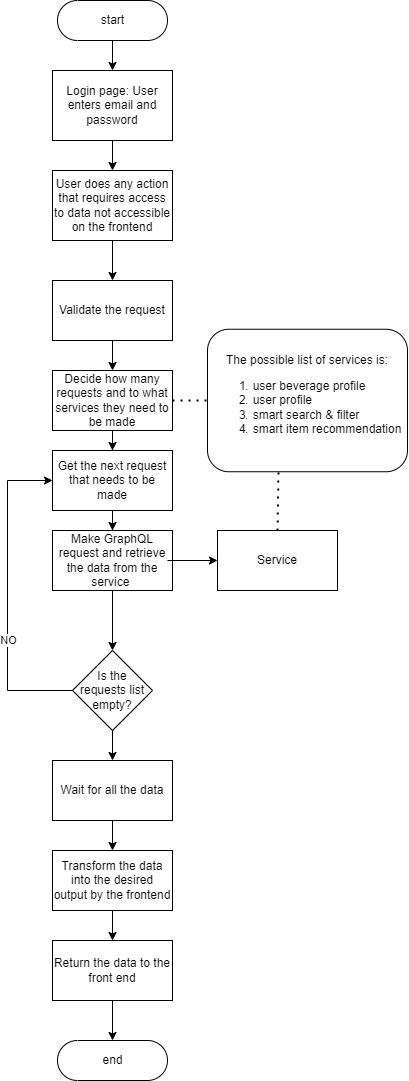
Before: diagrams/task/task_api_gateway.png, a diagram exported from draw.io (Elaech/Wade-BeM). Source tidied: cells renumbered, new cells last; positions are measured from the earlier drawing's top-left corner, leaving out a move shared by most shapes. Its diagram source:
```xml
<mxGraphModel>
  <root>
    <mxCell id="0" />
    <mxCell id="1" parent="0" />
    <mxCell id="2" style="edgeStyle=orthogonalEdgeStyle;rounded=0;jettySize=auto;html=1;entryX=0.5;entryY=0;entryDx=0;entryDy=0;" parent="1" edge="1" source="3" target="7">
      <mxGeometry relative="1" as="geometry" />
    </mxCell>
    <mxCell id="3" value="start" style="html=1;dashed=0;whitespace=wrap;shape=mxgraph.dfd.start;" parent="1" vertex="1">
      <mxGeometry x="50" width="110" height="40" as="geometry" />
    </mxCell>
    <mxCell id="4" style="edgeStyle=orthogonalEdgeStyle;rounded=0;jettySize=auto;html=1;" parent="1" edge="1" source="5" target="8">
      <mxGeometry relative="1" as="geometry" />
    </mxCell>
    <mxCell id="5" value="User does any action that requires access to data not accessible on the frontend" style="rounded=0;whiteSpace=wrap;html=1;" parent="1" vertex="1">
      <mxGeometry x="45" y="170" width="120" height="70" as="geometry" />
    </mxCell>
    <mxCell id="6" style="edgeStyle=orthogonalEdgeStyle;rounded=0;jettySize=auto;html=1;entryX=0.5;entryY=0;entryDx=0;entryDy=0;" parent="1" edge="1" source="7" target="5">
      <mxGeometry relative="1" as="geometry" />
    </mxCell>
    <mxCell id="7" value="Login page: User enters email and password" style="rounded=0;whiteSpace=wrap;html=1;" parent="1" vertex="1">
      <mxGeometry x="45" y="70" width="120" height="70" as="geometry" />
    </mxCell>
    <mxCell id="8" value="Validate the request" style="rounded=0;whiteSpace=wrap;html=1;" parent="1" vertex="1">
      <mxGeometry x="45" y="280" width="120" height="60" as="geometry" />
    </mxCell>
    <mxCell id="9" style="edgeStyle=orthogonalEdgeStyle;rounded=0;jettySize=auto;html=1;entryX=0.5;entryY=0;entryDx=0;entryDy=0;" parent="1" edge="1" source="10" target="13">
      <mxGeometry relative="1" as="geometry" />
    </mxCell>
    <mxCell id="10" value="Decide how many requests and to what services they&amp;nbsp;need to be made" style="rounded=0;whiteSpace=wrap;html=1;" parent="1" vertex="1">
      <mxGeometry x="45" y="370" width="120" height="60" as="geometry" />
    </mxCell>
    <mxCell id="11" style="endArrow=classic;html=1;rounded=0;exitX=0.5;exitY=1;exitDx=0;exitDy=0;entryX=0.5;entryY=0;entryDx=0;entryDy=0;" parent="1" edge="1" source="8" target="10">
      <mxGeometry relative="1" as="geometry" />
    </mxCell>
    <mxCell id="12" style="edgeStyle=orthogonalEdgeStyle;rounded=0;jettySize=auto;html=1;entryX=0.5;entryY=0;entryDx=0;entryDy=0;" parent="1" edge="1" source="13" target="17">
      <mxGeometry relative="1" as="geometry" />
    </mxCell>
    <mxCell id="13" value="Get the next request that needs to be made" style="rounded=0;whiteSpace=wrap;html=1;" parent="1" vertex="1">
      <mxGeometry x="45" y="450" width="120" height="60" as="geometry" />
    </mxCell>
    <mxCell id="14" value="Is the requests list empty?" style="rhombus;whiteSpace=wrap;html=1;" parent="1" vertex="1">
      <mxGeometry x="65" y="650" width="80" height="80" as="geometry" />
    </mxCell>
    <mxCell id="15" style="endArrow=classic;html=1;rounded=0;exitX=0;exitY=0.5;exitDx=0;exitDy=0;entryX=0;entryY=0.5;entryDx=0;entryDy=0;" parent="1" edge="1" source="14" target="13">
      <mxGeometry relative="1" as="geometry">
        <Array as="points">
          <mxPoint y="690" />
          <mxPoint y="480" />
        </Array>
      </mxGeometry>
    </mxCell>
    <mxCell id="16" value="NO" style="edgeLabel;html=1;align=center;verticalAlign=middle;" parent="15" vertex="1">
      <mxGeometry x="-0.28" relative="1" as="geometry" />
    </mxCell>
    <mxCell id="17" value="Make GraphQL request and retrieve the data from the service&amp;nbsp;" style="rounded=0;whiteSpace=wrap;html=1;" parent="1" vertex="1">
      <mxGeometry x="45" y="530" width="120" height="60" as="geometry" />
    </mxCell>
    <mxCell id="18" style="endArrow=classic;html=1;rounded=0;exitX=0.958;exitY=0.5;exitDx=0;exitDy=0;entryX=0;entryY=0.5;entryDx=0;entryDy=0;exitPerimeter=0;" parent="1" edge="1" source="17" target="19">
      <mxGeometry relative="1" as="geometry" />
    </mxCell>
    <mxCell id="19" value="&#10;&#10;&lt;span style=&quot;color: rgb(0, 0, 0); font-family: helvetica; font-size: 12px; font-style: normal; font-weight: 400; letter-spacing: normal; text-align: center; text-indent: 0px; text-transform: none; word-spacing: 0px; background-color: rgb(248, 249, 250); display: inline; float: none;&quot;&gt;Service&lt;/span&gt;&#10;&#10;" style="rounded=0;whiteSpace=wrap;html=1;" parent="1" vertex="1">
      <mxGeometry x="210" y="530" width="120" height="60" as="geometry" />
    </mxCell>
    <mxCell id="20" style="endArrow=classic;html=1;rounded=0;exitX=0.5;exitY=1;exitDx=0;exitDy=0;entryX=0.5;entryY=0;entryDx=0;entryDy=0;" parent="1" edge="1" source="17" target="14">
      <mxGeometry relative="1" as="geometry" />
    </mxCell>
    <mxCell id="21" value="Wait for all the data" style="rounded=0;whiteSpace=wrap;html=1;" parent="1" vertex="1">
      <mxGeometry x="45" y="760" width="120" height="60" as="geometry" />
    </mxCell>
    <mxCell id="22" style="endArrow=classic;html=1;rounded=0;exitX=0.5;exitY=1;exitDx=0;exitDy=0;entryX=0.5;entryY=0;entryDx=0;entryDy=0;" parent="1" edge="1" source="14" target="21">
      <mxGeometry relative="1" as="geometry" />
    </mxCell>
    <mxCell id="23" style="edgeStyle=orthogonalEdgeStyle;rounded=0;jettySize=auto;html=1;entryX=0.5;entryY=0;entryDx=0;entryDy=0;" parent="1" edge="1" source="24" target="27">
      <mxGeometry relative="1" as="geometry" />
    </mxCell>
    <mxCell id="24" value="Transform the data into the desired output by the frontend" style="rounded=0;whiteSpace=wrap;html=1;" parent="1" vertex="1">
      <mxGeometry x="45" y="850" width="120" height="60" as="geometry" />
    </mxCell>
    <mxCell id="25" style="endArrow=classic;html=1;rounded=0;exitX=0.5;exitY=1;exitDx=0;exitDy=0;entryX=0.5;entryY=0;entryDx=0;entryDy=0;" parent="1" edge="1" source="21" target="24">
      <mxGeometry relative="1" as="geometry" />
    </mxCell>
    <mxCell id="26" style="edgeStyle=orthogonalEdgeStyle;rounded=0;jettySize=auto;html=1;entryX=0.5;entryY=0.5;entryDx=0;entryDy=-20;entryPerimeter=0;" parent="1" edge="1" source="27" target="28">
      <mxGeometry relative="1" as="geometry" />
    </mxCell>
    <mxCell id="27" value="Return the data to the front end" style="rounded=0;whiteSpace=wrap;html=1;" parent="1" vertex="1">
      <mxGeometry x="45" y="940" width="120" height="60" as="geometry" />
    </mxCell>
    <mxCell id="28" value="end" style="html=1;dashed=0;whitespace=wrap;shape=mxgraph.dfd.start;" parent="1" vertex="1">
      <mxGeometry x="50" y="1040" width="110" height="40" as="geometry" />
    </mxCell>
    <mxCell id="29" value="The possible list of services is:&lt;br&gt;&lt;ol&gt;&lt;li style=&quot;text-align: left&quot;&gt;&lt;span&gt;user beverage profile&lt;/span&gt;&lt;/li&gt;&lt;li style=&quot;text-align: left&quot;&gt;user profile&lt;/li&gt;&lt;li style=&quot;text-align: left&quot;&gt;smart search &amp;amp; filter&lt;/li&gt;&lt;li style=&quot;text-align: left&quot;&gt;smart item recommendation&lt;/li&gt;&lt;/ol&gt;" style="rounded=1;whiteSpace=wrap;html=1;align=center;" parent="1" vertex="1">
      <mxGeometry x="200" y="328.8" width="200" height="142.5" as="geometry" />
    </mxCell>
    <mxCell id="30" style="endArrow=none;dashed=1;html=1;dashPattern=1 3;strokeWidth=2;rounded=0;exitX=1;exitY=0.5;exitDx=0;exitDy=0;entryX=0;entryY=0.5;entryDx=0;entryDy=0;" parent="1" edge="1" source="10" target="29">
      <mxGeometry relative="1" as="geometry" />
    </mxCell>
    <mxCell id="31" style="endArrow=none;dashed=1;html=1;dashPattern=1 3;strokeWidth=2;rounded=0;exitX=0.5;exitY=0;exitDx=0;exitDy=0;entryX=0.355;entryY=1.005;entryDx=0;entryDy=0;entryPerimeter=0;" parent="1" edge="1" source="19" target="29">
      <mxGeometry relative="1" as="geometry" />
    </mxCell>
  </root>
</mxGraphModel>
```
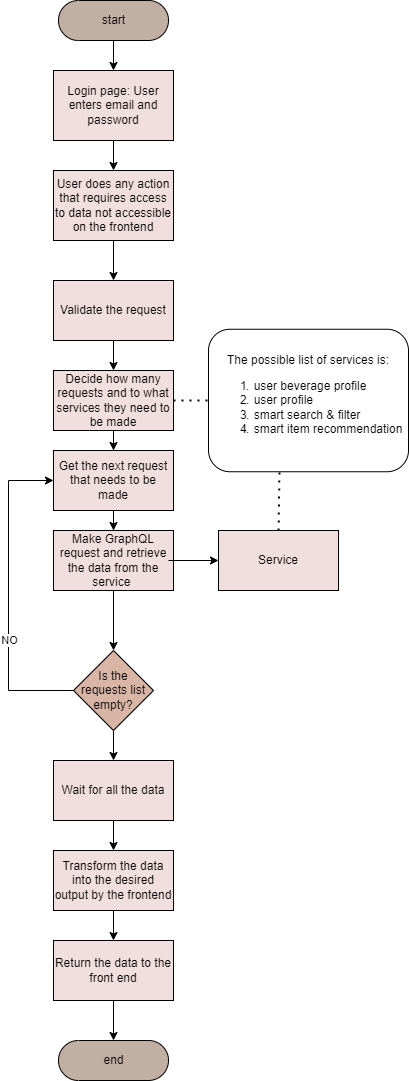
The same diagram one commit later.

Commit message:
Colored task diagrams

The edit, as a diff of the source:
```diff
@@ -5,28 +5,28 @@
     <mxCell id="2" style="edgeStyle=orthogonalEdgeStyle;rounded=0;jettySize=auto;html=1;entryX=0.5;entryY=0;entryDx=0;entryDy=0;" parent="1" edge="1" source="3" target="7">
       <mxGeometry relative="1" as="geometry" />
     </mxCell>
-    <mxCell id="3" value="start" style="html=1;dashed=0;whitespace=wrap;shape=mxgraph.dfd.start;" parent="1" vertex="1">
+    <mxCell id="3" value="start" style="html=1;dashed=0;whitespace=wrap;shape=mxgraph.dfd.start;fillColor=#C2AFA4;" parent="1" vertex="1">
       <mxGeometry x="50" width="110" height="40" as="geometry" />
     </mxCell>
     <mxCell id="4" style="edgeStyle=orthogonalEdgeStyle;rounded=0;jettySize=auto;html=1;" parent="1" edge="1" source="5" target="8">
       <mxGeometry relative="1" as="geometry" />
     </mxCell>
-    <mxCell id="5" value="User does any action that requires access to data not accessible on the frontend" style="rounded=0;whiteSpace=wrap;html=1;" parent="1" vertex="1">
+    <mxCell id="5" value="User does any action that requires access to data not accessible on the frontend" style="rounded=0;whiteSpace=wrap;html=1;fillColor=#F1DEDE;" parent="1" vertex="1">
       <mxGeometry x="45" y="170" width="120" height="70" as="geometry" />
     </mxCell>
     <mxCell id="6" style="edgeStyle=orthogonalEdgeStyle;rounded=0;jettySize=auto;html=1;entryX=0.5;entryY=0;entryDx=0;entryDy=0;" parent="1" edge="1" source="7" target="5">
       <mxGeometry relative="1" as="geometry" />
     </mxCell>
-    <mxCell id="7" value="Login page: User enters email and password" style="rounded=0;whiteSpace=wrap;html=1;" parent="1" vertex="1">
+    <mxCell id="7" value="Login page: User enters email and password" style="rounded=0;whiteSpace=wrap;html=1;fillColor=#F1DEDE;" parent="1" vertex="1">
       <mxGeometry x="45" y="70" width="120" height="70" as="geometry" />
     </mxCell>
-    <mxCell id="8" value="Validate the request" style="rounded=0;whiteSpace=wrap;html=1;" parent="1" vertex="1">
+    <mxCell id="8" value="Validate the request" style="rounded=0;whiteSpace=wrap;html=1;fillColor=#F1DEDE;" parent="1" vertex="1">
       <mxGeometry x="45" y="280" width="120" height="60" as="geometry" />
     </mxCell>
     <mxCell id="9" style="edgeStyle=orthogonalEdgeStyle;rounded=0;jettySize=auto;html=1;entryX=0.5;entryY=0;entryDx=0;entryDy=0;" parent="1" edge="1" source="10" target="13">
       <mxGeometry relative="1" as="geometry" />
     </mxCell>
-    <mxCell id="10" value="Decide how many requests and to what services they&amp;nbsp;need to be made" style="rounded=0;whiteSpace=wrap;html=1;" parent="1" vertex="1">
+    <mxCell id="10" value="Decide how many requests and to what services they&amp;nbsp;need to be made" style="rounded=0;whiteSpace=wrap;html=1;fillColor=#F1DEDE;" parent="1" vertex="1">
       <mxGeometry x="45" y="370" width="120" height="60" as="geometry" />
     </mxCell>
     <mxCell id="11" style="endArrow=classic;html=1;rounded=0;exitX=0.5;exitY=1;exitDx=0;exitDy=0;entryX=0.5;entryY=0;entryDx=0;entryDy=0;" parent="1" edge="1" source="8" target="10">
@@ -35,10 +35,10 @@
     <mxCell id="12" style="edgeStyle=orthogonalEdgeStyle;rounded=0;jettySize=auto;html=1;entryX=0.5;entryY=0;entryDx=0;entryDy=0;" parent="1" edge="1" source="13" target="17">
       <mxGeometry relative="1" as="geometry" />
     </mxCell>
-    <mxCell id="13" value="Get the next request that needs to be made" style="rounded=0;whiteSpace=wrap;html=1;" parent="1" vertex="1">
+    <mxCell id="13" value="Get the next request that needs to be made" style="rounded=0;whiteSpace=wrap;html=1;fillColor=#F1DEDE;" parent="1" vertex="1">
       <mxGeometry x="45" y="450" width="120" height="60" as="geometry" />
     </mxCell>
-    <mxCell id="14" value="Is the requests list empty?" style="rhombus;whiteSpace=wrap;html=1;" parent="1" vertex="1">
+    <mxCell id="14" value="Is the requests list empty?" style="rhombus;whiteSpace=wrap;html=1;fillColor=#D9B5A6;" parent="1" vertex="1">
       <mxGeometry x="65" y="650" width="80" height="80" as="geometry" />
     </mxCell>
     <mxCell id="15" style="endArrow=classic;html=1;rounded=0;exitX=0;exitY=0.5;exitDx=0;exitDy=0;entryX=0;entryY=0.5;entryDx=0;entryDy=0;" parent="1" edge="1" source="14" target="13">
@@ -52,19 +52,19 @@
     <mxCell id="16" value="NO" style="edgeLabel;html=1;align=center;verticalAlign=middle;" parent="15" vertex="1">
       <mxGeometry x="-0.28" relative="1" as="geometry" />
     </mxCell>
-    <mxCell id="17" value="Make GraphQL request and retrieve the data from the service&amp;nbsp;" style="rounded=0;whiteSpace=wrap;html=1;" parent="1" vertex="1">
+    <mxCell id="17" value="Make GraphQL request and retrieve the data from the service&amp;nbsp;" style="rounded=0;whiteSpace=wrap;html=1;fillColor=#F1DEDE;" parent="1" vertex="1">
       <mxGeometry x="45" y="530" width="120" height="60" as="geometry" />
     </mxCell>
     <mxCell id="18" style="endArrow=classic;html=1;rounded=0;exitX=0.958;exitY=0.5;exitDx=0;exitDy=0;entryX=0;entryY=0.5;entryDx=0;entryDy=0;exitPerimeter=0;" parent="1" edge="1" source="17" target="19">
       <mxGeometry relative="1" as="geometry" />
     </mxCell>
-    <mxCell id="19" value="&#10;&#10;&lt;span style=&quot;color: rgb(0, 0, 0); font-family: helvetica; font-size: 12px; font-style: normal; font-weight: 400; letter-spacing: normal; text-align: center; text-indent: 0px; text-transform: none; word-spacing: 0px; background-color: rgb(248, 249, 250); display: inline; float: none;&quot;&gt;Service&lt;/span&gt;&#10;&#10;" style="rounded=0;whiteSpace=wrap;html=1;" parent="1" vertex="1">
+    <mxCell id="19" value="&lt;span style=&quot;color: rgb(0 , 0 , 0) ; font-family: &amp;#34;helvetica&amp;#34; ; font-size: 12px ; font-style: normal ; font-weight: 400 ; letter-spacing: normal ; text-align: center ; text-indent: 0px ; text-transform: none ; word-spacing: 0px ; display: inline ; float: none&quot;&gt;Service&lt;/span&gt;" style="rounded=0;whiteSpace=wrap;html=1;fillColor=#F1DEDE;" parent="1" vertex="1">
       <mxGeometry x="210" y="530" width="120" height="60" as="geometry" />
     </mxCell>
     <mxCell id="20" style="endArrow=classic;html=1;rounded=0;exitX=0.5;exitY=1;exitDx=0;exitDy=0;entryX=0.5;entryY=0;entryDx=0;entryDy=0;" parent="1" edge="1" source="17" target="14">
       <mxGeometry relative="1" as="geometry" />
     </mxCell>
-    <mxCell id="21" value="Wait for all the data" style="rounded=0;whiteSpace=wrap;html=1;" parent="1" vertex="1">
+    <mxCell id="21" value="Wait for all the data" style="rounded=0;whiteSpace=wrap;html=1;fillColor=#F1DEDE;" parent="1" vertex="1">
       <mxGeometry x="45" y="760" width="120" height="60" as="geometry" />
     </mxCell>
     <mxCell id="22" style="endArrow=classic;html=1;rounded=0;exitX=0.5;exitY=1;exitDx=0;exitDy=0;entryX=0.5;entryY=0;entryDx=0;entryDy=0;" parent="1" edge="1" source="14" target="21">
@@ -73,7 +73,7 @@
     <mxCell id="23" style="edgeStyle=orthogonalEdgeStyle;rounded=0;jettySize=auto;html=1;entryX=0.5;entryY=0;entryDx=0;entryDy=0;" parent="1" edge="1" source="24" target="27">
       <mxGeometry relative="1" as="geometry" />
     </mxCell>
-    <mxCell id="24" value="Transform the data into the desired output by the frontend" style="rounded=0;whiteSpace=wrap;html=1;" parent="1" vertex="1">
+    <mxCell id="24" value="Transform the data into the desired output by the frontend" style="rounded=0;whiteSpace=wrap;html=1;fillColor=#F1DEDE;" parent="1" vertex="1">
       <mxGeometry x="45" y="850" width="120" height="60" as="geometry" />
     </mxCell>
     <mxCell id="25" style="endArrow=classic;html=1;rounded=0;exitX=0.5;exitY=1;exitDx=0;exitDy=0;entryX=0.5;entryY=0;entryDx=0;entryDy=0;" parent="1" edge="1" source="21" target="24">
@@ -82,10 +82,10 @@
     <mxCell id="26" style="edgeStyle=orthogonalEdgeStyle;rounded=0;jettySize=auto;html=1;entryX=0.5;entryY=0.5;entryDx=0;entryDy=-20;entryPerimeter=0;" parent="1" edge="1" source="27" target="28">
       <mxGeometry relative="1" as="geometry" />
     </mxCell>
-    <mxCell id="27" value="Return the data to the front end" style="rounded=0;whiteSpace=wrap;html=1;" parent="1" vertex="1">
+    <mxCell id="27" value="Return the data to the front end" style="rounded=0;whiteSpace=wrap;html=1;fillColor=#F1DEDE;" parent="1" vertex="1">
       <mxGeometry x="45" y="940" width="120" height="60" as="geometry" />
     </mxCell>
-    <mxCell id="28" value="end" style="html=1;dashed=0;whitespace=wrap;shape=mxgraph.dfd.start;" parent="1" vertex="1">
+    <mxCell id="28" value="end" style="html=1;dashed=0;whitespace=wrap;shape=mxgraph.dfd.start;fillColor=#C2AFA4;" parent="1" vertex="1">
       <mxGeometry x="50" y="1040" width="110" height="40" as="geometry" />
     </mxCell>
     <mxCell id="29" value="The possible list of services is:&lt;br&gt;&lt;ol&gt;&lt;li style=&quot;text-align: left&quot;&gt;&lt;span&gt;user beverage profile&lt;/span&gt;&lt;/li&gt;&lt;li style=&quot;text-align: left&quot;&gt;user profile&lt;/li&gt;&lt;li style=&quot;text-align: left&quot;&gt;smart search &amp;amp; filter&lt;/li&gt;&lt;li style=&quot;text-align: left&quot;&gt;smart item recommendation&lt;/li&gt;&lt;/ol&gt;" style="rounded=1;whiteSpace=wrap;html=1;align=center;" parent="1" vertex="1">
```
